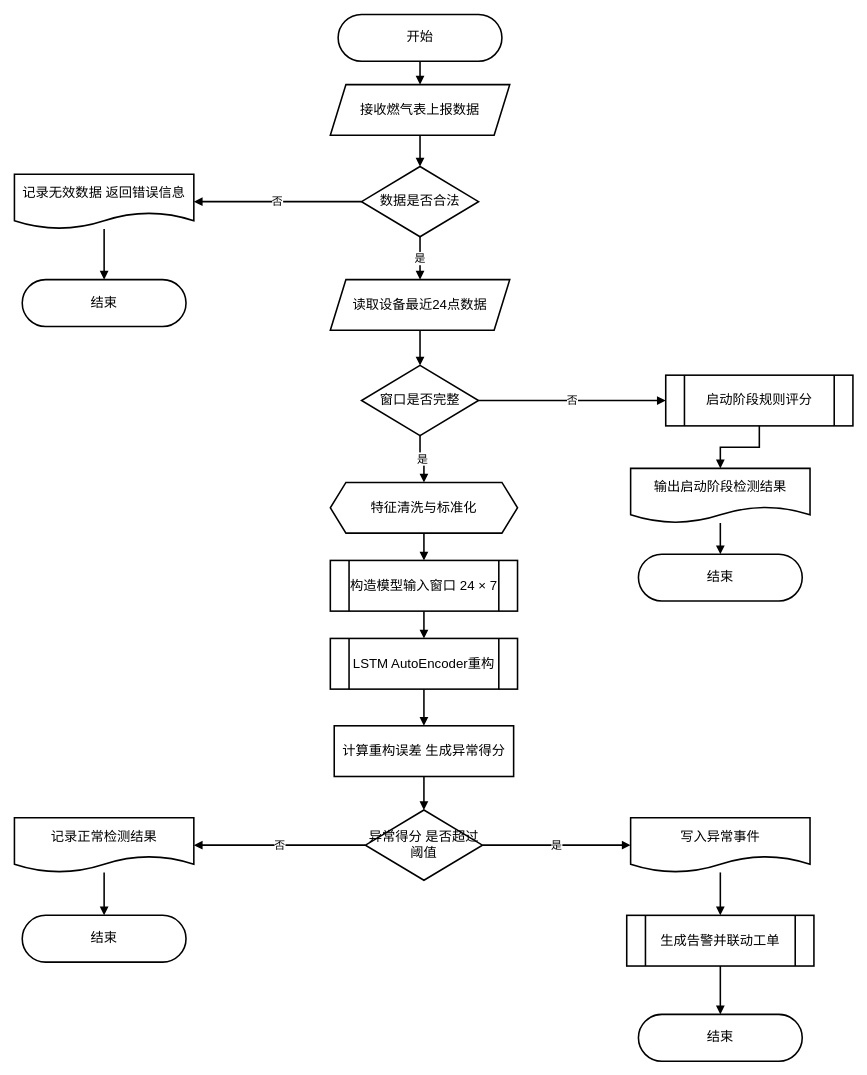
This is pictures_drawio/异常检测流程图.drawio from solisW/my_thesis_system, a draw.io file, before an edit. Source tidied: cells renumbered, new cells numbered last; positions are measured from the earlier drawing's top-left corner, leaving out a move shared by most shapes. Both pictures are drawn from the tidied source at 78%, with x=0, y=0 at pixel (14, 14).
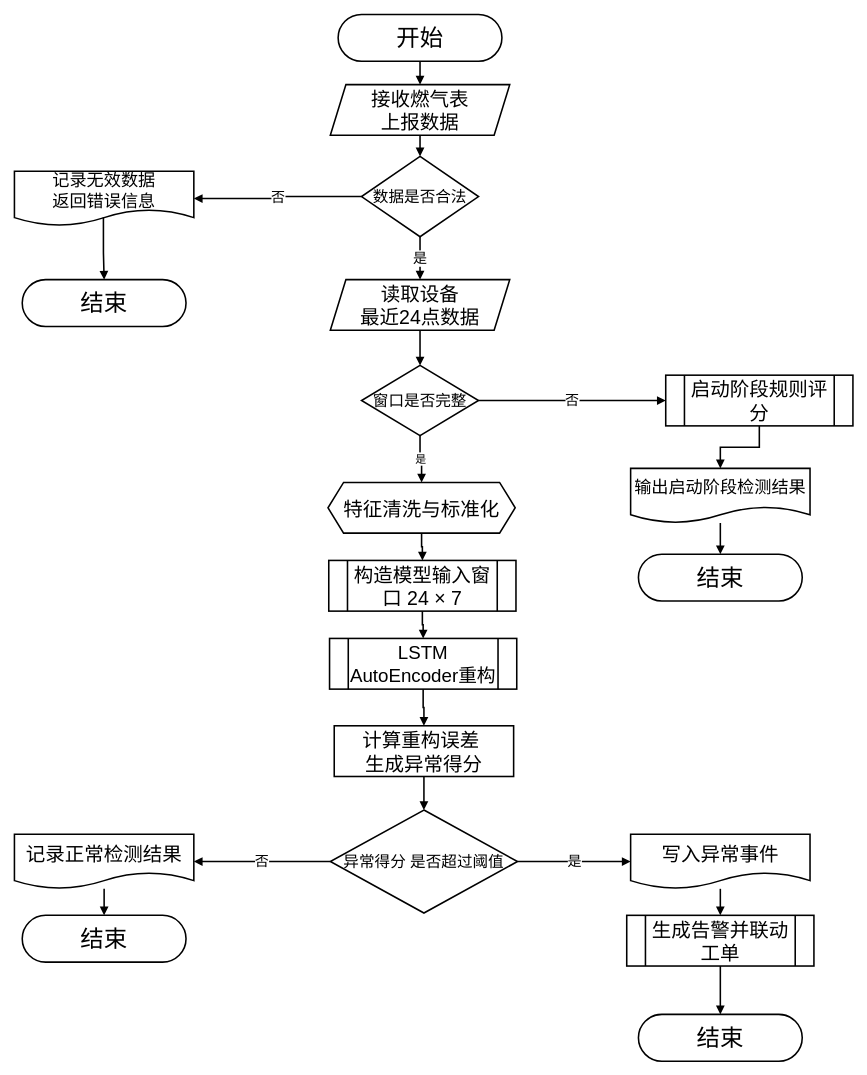
The same diagram, later.

The edit, as a diff of the source:
```diff
@@
-    <mxCell id="2" value="开始" style="rounded=1;arcSize=50;whiteSpace=wrap;html=1;fillColor=#ffffff;strokeColor=#000000;strokeWidth=2;fontSize=17;" parent="1" vertex="1">
+    <mxCell id="2" value="&lt;font style=&quot;font-size: 30px;&quot;&gt;开始&lt;/font&gt;" style="rounded=1;arcSize=50;whiteSpace=wrap;html=1;fillColor=#ffffff;strokeColor=#000000;strokeWidth=2;fontSize=17;" parent="1" vertex="1">
       <mxGeometry x="415" width="210" height="60" as="geometry" />
     </mxCell>
-    <mxCell id="3" value="接收燃气表上报数据" style="shape=parallelogram;perimeter=parallelogramPerimeter;whiteSpace=wrap;html=1;fixedSize=1;fillColor=#ffffff;strokeColor=#000000;strokeWidth=2;fontSize=17;" parent="1" vertex="1">
+    <mxCell id="3" value="&lt;font style=&quot;font-size: 25px;&quot;&gt;接收燃气表&lt;/font&gt;&lt;div&gt;&lt;font style=&quot;font-size: 25px;&quot;&gt;上报数据&lt;/font&gt;&lt;/div&gt;" style="shape=parallelogram;perimeter=parallelogramPerimeter;whiteSpace=wrap;html=1;fixedSize=1;fillColor=#ffffff;strokeColor=#000000;strokeWidth=2;fontSize=17;" parent="1" vertex="1">
       <mxGeometry x="405" y="90" width="230" height="65" as="geometry" />
     </mxCell>
-    <mxCell id="4" value="数据是否合法" style="rhombus;whiteSpace=wrap;html=1;fillColor=#ffffff;strokeColor=#000000;strokeWidth=2;fontSize=17;" parent="1" vertex="1">
-      <mxGeometry x="445" y="195" width="150" height="90" as="geometry" />
+    <mxCell id="4" value="&lt;font style=&quot;font-size: 20px;&quot;&gt;数据是否合法&lt;/font&gt;" style="rhombus;whiteSpace=wrap;html=1;fillColor=#ffffff;strokeColor=#000000;strokeWidth=2;fontSize=17;" parent="1" vertex="1">
+      <mxGeometry x="445" y="182" width="150" height="103" as="geometry" />
     </mxCell>
-    <mxCell id="5" value="记录无效数据 返回错误信息" style="shape=document;whiteSpace=wrap;html=1;boundedLbl=1;fillColor=#ffffff;strokeColor=#000000;strokeWidth=2;fontSize=17;" parent="1" vertex="1">
-      <mxGeometry y="205" width="230" height="70" as="geometry" />
+    <mxCell id="5" value="&lt;font style=&quot;font-size: 22px;&quot;&gt;记录无效数据&lt;/font&gt;&lt;div&gt;&lt;font style=&quot;font-size: 22px;&quot;&gt;返回错误信息&lt;/font&gt;&lt;/div&gt;" style="shape=document;whiteSpace=wrap;html=1;boundedLbl=1;fillColor=#ffffff;strokeColor=#000000;strokeWidth=2;fontSize=17;" parent="1" vertex="1">
+      <mxGeometry y="201" width="230" height="70" as="geometry" />
     </mxCell>
-    <mxCell id="6" value="结束" style="rounded=1;arcSize=50;whiteSpace=wrap;html=1;fillColor=#ffffff;strokeColor=#000000;strokeWidth=2;fontSize=17;" parent="1" vertex="1">
+    <mxCell id="6" value="&lt;font style=&quot;font-size: 30px;&quot;&gt;结束&lt;/font&gt;" style="rounded=1;arcSize=50;whiteSpace=wrap;html=1;fillColor=#ffffff;strokeColor=#000000;strokeWidth=2;fontSize=17;" parent="1" vertex="1">
       <mxGeometry x="10" y="340" width="210" height="60" as="geometry" />
     </mxCell>
-    <mxCell id="7" value="读取设备最近24点数据" style="shape=parallelogram;perimeter=parallelogramPerimeter;whiteSpace=wrap;html=1;fixedSize=1;fillColor=#ffffff;strokeColor=#000000;strokeWidth=2;fontSize=17;" parent="1" vertex="1">
+    <mxCell id="7" value="&lt;font style=&quot;font-size: 25px;&quot;&gt;读取设备&lt;/font&gt;&lt;div&gt;&lt;font style=&quot;font-size: 25px;&quot;&gt;最近24点数据&lt;/font&gt;&lt;/div&gt;" style="shape=parallelogram;perimeter=parallelogramPerimeter;whiteSpace=wrap;html=1;fixedSize=1;fillColor=#ffffff;strokeColor=#000000;strokeWidth=2;fontSize=17;" parent="1" vertex="1">
       <mxGeometry x="405" y="340" width="230" height="65" as="geometry" />
     </mxCell>
-    <mxCell id="8" value="窗口是否完整" style="rhombus;whiteSpace=wrap;html=1;fillColor=#ffffff;strokeColor=#000000;strokeWidth=2;fontSize=17;" parent="1" vertex="1">
+    <mxCell id="8" value="&lt;font style=&quot;font-size: 20px;&quot;&gt;窗口是否完整&lt;/font&gt;" style="rhombus;whiteSpace=wrap;html=1;fillColor=#ffffff;strokeColor=#000000;strokeWidth=2;fontSize=17;" parent="1" vertex="1">
       <mxGeometry x="445" y="450" width="150" height="90" as="geometry" />
     </mxCell>
-    <mxCell id="9" value="启动阶段规则评分" style="shape=process;whiteSpace=wrap;html=1;backgroundOutline=1;fillColor=#ffffff;strokeColor=#000000;strokeWidth=2;fontSize=17;" parent="1" vertex="1">
+    <mxCell id="9" value="&lt;font style=&quot;font-size: 25px;&quot;&gt;启动阶段规则评分&lt;/font&gt;" style="shape=process;whiteSpace=wrap;html=1;backgroundOutline=1;fillColor=#ffffff;strokeColor=#000000;strokeWidth=2;fontSize=17;" parent="1" vertex="1">
       <mxGeometry x="835" y="462.5" width="240" height="65" as="geometry" />
     </mxCell>
-    <mxCell id="10" value="输出启动阶段检测结果" style="shape=document;whiteSpace=wrap;html=1;boundedLbl=1;fillColor=#ffffff;strokeColor=#000000;strokeWidth=2;fontSize=17;" parent="1" vertex="1">
+    <mxCell id="10" value="&lt;font style=&quot;font-size: 22px;&quot;&gt;输出启动阶段检测结果&lt;/font&gt;" style="shape=document;whiteSpace=wrap;html=1;boundedLbl=1;fillColor=#ffffff;strokeColor=#000000;strokeWidth=2;fontSize=17;" parent="1" vertex="1">
       <mxGeometry x="790" y="582" width="230" height="70" as="geometry" />
     </mxCell>
-    <mxCell id="11" value="结束" style="rounded=1;arcSize=50;whiteSpace=wrap;html=1;fillColor=#ffffff;strokeColor=#000000;strokeWidth=2;fontSize=17;" parent="1" vertex="1">
+    <mxCell id="11" value="&lt;font style=&quot;font-size: 30px;&quot;&gt;结束&lt;/font&gt;" style="rounded=1;arcSize=50;whiteSpace=wrap;html=1;fillColor=#ffffff;strokeColor=#000000;strokeWidth=2;fontSize=17;" parent="1" vertex="1">
       <mxGeometry x="800" y="692" width="210" height="60" as="geometry" />
     </mxCell>
-    <mxCell id="12" value="特征清洗与标准化" style="shape=hexagon;perimeter=hexagonPerimeter2;whiteSpace=wrap;html=1;fixedSize=1;fillColor=#ffffff;strokeColor=#000000;strokeWidth=2;fontSize=17;" parent="1" vertex="1">
-      <mxGeometry x="405" y="600" width="240" height="65" as="geometry" />
+    <mxCell id="12" value="&lt;font style=&quot;font-size: 25px;&quot;&gt;特征清洗与标准化&lt;/font&gt;" style="shape=hexagon;perimeter=hexagonPerimeter2;whiteSpace=wrap;html=1;fixedSize=1;fillColor=#ffffff;strokeColor=#000000;strokeWidth=2;fontSize=17;" parent="1" vertex="1">
+      <mxGeometry x="402" y="600" width="240" height="65" as="geometry" />
     </mxCell>
-    <mxCell id="13" value="构造模型输入窗口 24 × 7" style="shape=process;whiteSpace=wrap;html=1;backgroundOutline=1;fillColor=#ffffff;strokeColor=#000000;strokeWidth=2;fontSize=17;" parent="1" vertex="1">
-      <mxGeometry x="405" y="700" width="240" height="65" as="geometry" />
+    <mxCell id="13" value="&lt;font style=&quot;font-size: 25px;&quot;&gt;构造模型输入窗口 24 × 7&lt;/font&gt;" style="shape=process;whiteSpace=wrap;html=1;backgroundOutline=1;fillColor=#ffffff;strokeColor=#000000;strokeWidth=2;fontSize=17;" parent="1" vertex="1">
+      <mxGeometry x="403" y="700" width="240" height="65" as="geometry" />
     </mxCell>
-    <mxCell id="14" value="LSTM AutoEncoder重构" style="shape=process;whiteSpace=wrap;html=1;backgroundOutline=1;fillColor=#ffffff;strokeColor=#000000;strokeWidth=2;fontSize=17;" parent="1" vertex="1">
-      <mxGeometry x="405" y="800" width="240" height="65" as="geometry" />
+    <mxCell id="14" value="&lt;font style=&quot;font-size: 24px;&quot;&gt;LSTM AutoEncoder重构&lt;/font&gt;" style="shape=process;whiteSpace=wrap;html=1;backgroundOutline=1;fillColor=#ffffff;strokeColor=#000000;strokeWidth=2;fontSize=17;" parent="1" vertex="1">
+      <mxGeometry x="404" y="800" width="240" height="65" as="geometry" />
     </mxCell>
-    <mxCell id="15" value="计算重构误差 生成异常得分" style="rounded=0;whiteSpace=wrap;html=1;fillColor=#ffffff;strokeColor=#000000;strokeWidth=2;fontSize=17;" parent="1" vertex="1">
+    <mxCell id="15" value="&lt;font style=&quot;font-size: 25px;&quot;&gt;计算重构误差&amp;nbsp;&lt;/font&gt;&lt;div&gt;&lt;font style=&quot;font-size: 25px;&quot;&gt;生成异常得分&lt;/font&gt;&lt;/div&gt;" style="rounded=0;whiteSpace=wrap;html=1;fillColor=#ffffff;strokeColor=#000000;strokeWidth=2;fontSize=17;" parent="1" vertex="1">
       <mxGeometry x="410" y="912" width="230" height="65" as="geometry" />
     </mxCell>
-    <mxCell id="16" value="异常得分 是否超过阈值" style="rhombus;whiteSpace=wrap;html=1;fillColor=#ffffff;strokeColor=#000000;strokeWidth=2;fontSize=17;" parent="1" vertex="1">
-      <mxGeometry x="450" y="1020" width="150" height="90" as="geometry" />
+    <mxCell id="16" value="&lt;font style=&quot;font-size: 20px;&quot;&gt;异常得分 是否超过阈值&lt;/font&gt;" style="rhombus;whiteSpace=wrap;html=1;fillColor=#ffffff;strokeColor=#000000;strokeWidth=2;fontSize=17;" parent="1" vertex="1">
+      <mxGeometry x="405" y="1020" width="240" height="132" as="geometry" />
     </mxCell>
-    <mxCell id="17" value="记录正常检测结果" style="shape=document;whiteSpace=wrap;html=1;boundedLbl=1;fillColor=#ffffff;strokeColor=#000000;strokeWidth=2;fontSize=17;" parent="1" vertex="1">
-      <mxGeometry y="1030" width="230" height="70" as="geometry" />
+    <mxCell id="17" value="&lt;font style=&quot;font-size: 25px;&quot;&gt;记录正常检测结果&lt;/font&gt;" style="shape=document;whiteSpace=wrap;html=1;boundedLbl=1;fillColor=#ffffff;strokeColor=#000000;strokeWidth=2;fontSize=17;" parent="1" vertex="1">
+      <mxGeometry y="1051" width="230" height="70" as="geometry" />
     </mxCell>
-    <mxCell id="18" value="结束" style="rounded=1;arcSize=50;whiteSpace=wrap;html=1;fillColor=#ffffff;strokeColor=#000000;strokeWidth=2;fontSize=17;" parent="1" vertex="1">
+    <mxCell id="18" value="&lt;font style=&quot;font-size: 30px;&quot;&gt;结束&lt;/font&gt;" style="rounded=1;arcSize=50;whiteSpace=wrap;html=1;fillColor=#ffffff;strokeColor=#000000;strokeWidth=2;fontSize=17;" parent="1" vertex="1">
       <mxGeometry x="10" y="1155" width="210" height="60" as="geometry" />
     </mxCell>
-    <mxCell id="19" value="写入异常事件" style="shape=document;whiteSpace=wrap;html=1;boundedLbl=1;fillColor=#ffffff;strokeColor=#000000;strokeWidth=2;fontSize=17;" parent="1" vertex="1">
-      <mxGeometry x="790" y="1030" width="230" height="70" as="geometry" />
+    <mxCell id="19" value="&lt;font style=&quot;font-size: 25px;&quot;&gt;写入异常事件&lt;/font&gt;" style="shape=document;whiteSpace=wrap;html=1;boundedLbl=1;fillColor=#ffffff;strokeColor=#000000;strokeWidth=2;fontSize=17;" parent="1" vertex="1">
+      <mxGeometry x="790" y="1051" width="230" height="70" as="geometry" />
     </mxCell>
-    <mxCell id="20" value="生成告警并联动工单" style="shape=process;whiteSpace=wrap;html=1;backgroundOutline=1;fillColor=#ffffff;strokeColor=#000000;strokeWidth=2;fontSize=17;" parent="1" vertex="1">
+    <mxCell id="20" value="&lt;font style=&quot;font-size: 25px;&quot;&gt;生成告警并联动工单&lt;/font&gt;" style="shape=process;whiteSpace=wrap;html=1;backgroundOutline=1;fillColor=#ffffff;strokeColor=#000000;strokeWidth=2;fontSize=17;" parent="1" vertex="1">
       <mxGeometry x="785" y="1155" width="240" height="65" as="geometry" />
     </mxCell>
-    <mxCell id="21" value="结束" style="rounded=1;arcSize=50;whiteSpace=wrap;html=1;fillColor=#ffffff;strokeColor=#000000;strokeWidth=2;fontSize=17;" parent="1" vertex="1">
+    <mxCell id="21" value="&lt;font style=&quot;font-size: 30px;&quot;&gt;结束&lt;/font&gt;" style="rounded=1;arcSize=50;whiteSpace=wrap;html=1;fillColor=#ffffff;strokeColor=#000000;strokeWidth=2;fontSize=17;" parent="1" vertex="1">
       <mxGeometry x="800" y="1282" width="210" height="60" as="geometry" />
     </mxCell>
@@
-    <mxCell id="24" value="否" style="endArrow=block;html=1;rounded=0;edgeStyle=orthogonalEdgeStyle;strokeWidth=2;fontSize=14;" parent="1" edge="1" source="4" target="5">
+    <mxCell id="24" value="&lt;font style=&quot;font-size: 18px;&quot;&gt;否&lt;/font&gt;" style="endArrow=block;html=1;rounded=0;edgeStyle=orthogonalEdgeStyle;strokeWidth=2;fontSize=14;" parent="1" edge="1" source="4" target="5">
       <mxGeometry relative="1" as="geometry" />
     </mxCell>
-    <mxCell id="25" style="endArrow=block;html=1;rounded=0;edgeStyle=orthogonalEdgeStyle;strokeWidth=2;fontSize=14;" parent="1" edge="1" source="5" target="6">
+    <mxCell id="25" style="endArrow=block;html=1;rounded=0;edgeStyle=orthogonalEdgeStyle;strokeWidth=2;fontSize=14;exitX=0.496;exitY=0.844;exitDx=0;exitDy=0;exitPerimeter=0;" parent="1" edge="1" source="5" target="6">
       <mxGeometry relative="1" as="geometry" />
     </mxCell>
-    <mxCell id="26" value="是" style="endArrow=block;html=1;rounded=0;edgeStyle=orthogonalEdgeStyle;strokeWidth=2;fontSize=14;" parent="1" edge="1" source="4" target="7">
+    <mxCell id="26" value="&lt;font style=&quot;font-size: 18px;&quot;&gt;是&lt;/font&gt;" style="endArrow=block;html=1;rounded=0;edgeStyle=orthogonalEdgeStyle;strokeWidth=2;fontSize=14;" parent="1" edge="1" source="4" target="7">
       <mxGeometry relative="1" as="geometry" />
     </mxCell>
@@
-    <mxCell id="28" value="否" style="endArrow=block;html=1;rounded=0;edgeStyle=orthogonalEdgeStyle;strokeWidth=2;fontSize=14;" parent="1" edge="1" source="8" target="9">
+    <mxCell id="28" value="&lt;font style=&quot;font-size: 18px;&quot;&gt;否&lt;/font&gt;" style="endArrow=block;html=1;rounded=0;edgeStyle=orthogonalEdgeStyle;strokeWidth=2;fontSize=14;" parent="1" edge="1" source="8" target="9">
       <mxGeometry relative="1" as="geometry" />
     </mxCell>
@@
-    <mxCell id="36" value="否" style="endArrow=block;html=1;rounded=0;edgeStyle=orthogonalEdgeStyle;strokeWidth=2;fontSize=14;" parent="1" edge="1" source="16" target="17">
+    <mxCell id="36" value="&lt;font style=&quot;font-size: 18px;&quot;&gt;否&lt;/font&gt;" style="endArrow=block;html=1;rounded=0;edgeStyle=orthogonalEdgeStyle;strokeWidth=2;fontSize=14;" parent="1" edge="1" source="16" target="17">
       <mxGeometry relative="1" as="geometry" />
     </mxCell>
@@
-    <mxCell id="38" value="是" style="endArrow=block;html=1;rounded=0;edgeStyle=orthogonalEdgeStyle;strokeWidth=2;fontSize=14;" parent="1" edge="1" source="16" target="19">
+    <mxCell id="38" value="&lt;font style=&quot;font-size: 18px;&quot;&gt;是&lt;/font&gt;" style="endArrow=block;html=1;rounded=0;edgeStyle=orthogonalEdgeStyle;strokeWidth=2;fontSize=14;" parent="1" edge="1" source="16" target="19">
       <mxGeometry relative="1" as="geometry" />
     </mxCell>
```
